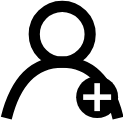
aKuad/SeatLottery keeps this draw.io diagram as src/icons/priority.drawio.svg. Above is the earlier version. Source tidied: cells renumbered, new cells last; positions are measured from the earlier drawing's top-left corner, leaving out a move shared by most shapes. Its diagram source:
```xml
<mxGraphModel>
  <root>
    <mxCell id="0" />
    <mxCell id="1" parent="0" />
    <mxCell id="2" style="curved=1;endArrow=none;html=1;endFill=0;strokeWidth=8;" parent="1" edge="1">
      <mxGeometry relative="1" as="geometry">
        <mxPoint y="80" as="sourcePoint" />
        <mxPoint x="80" y="80" as="targetPoint" />
        <Array as="points">
          <mxPoint x="10" y="40" />
          <mxPoint x="70" y="40" />
        </Array>
      </mxGeometry>
    </mxCell>
    <mxCell id="3" style="ellipse;whiteSpace=wrap;html=1;fillColor=none;strokeWidth=8;" parent="1" vertex="1">
      <mxGeometry x="20" width="40" height="40" as="geometry" />
    </mxCell>
    <mxCell id="4" style="ellipse;whiteSpace=wrap;html=1;fillColor=#000000;strokeColor=none;" parent="1" vertex="1">
      <mxGeometry x="50" y="50" width="30" height="30" as="geometry" />
    </mxCell>
    <mxCell id="5" style="endArrow=none;html=1;strokeWidth=4;targetPerimeterSpacing=0;sourcePerimeterSpacing=0;jumpStyle=none;shadow=0;flowAnimation=0;strokeColor=light-dark(#FFFFFF,#EDEDED);" parent="1" edge="1">
      <mxGeometry relative="1" as="geometry">
        <mxPoint x="55" y="65" as="sourcePoint" />
        <mxPoint x="75" y="65" as="targetPoint" />
      </mxGeometry>
    </mxCell>
    <mxCell id="6" style="endArrow=none;html=1;strokeWidth=4;targetPerimeterSpacing=0;sourcePerimeterSpacing=0;jumpStyle=none;shadow=0;flowAnimation=0;strokeColor=light-dark(#FFFFFF,#EDEDED);" parent="1" edge="1">
      <mxGeometry relative="1" as="geometry">
        <mxPoint x="65" y="55" as="sourcePoint" />
        <mxPoint x="65" y="75" as="targetPoint" />
      </mxGeometry>
    </mxCell>
  </root>
</mxGraphModel>
```
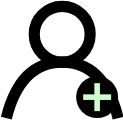
After the commit.

Diff of the diagram source:
```diff
@@ -18,13 +18,13 @@
     <mxCell id="4" style="ellipse;whiteSpace=wrap;html=1;fillColor=#000000;strokeColor=none;" parent="1" vertex="1">
       <mxGeometry x="50" y="50" width="30" height="30" as="geometry" />
     </mxCell>
-    <mxCell id="5" style="endArrow=none;html=1;strokeWidth=4;targetPerimeterSpacing=0;sourcePerimeterSpacing=0;jumpStyle=none;shadow=0;flowAnimation=0;strokeColor=light-dark(#FFFFFF,#EDEDED);" parent="1" edge="1">
+    <mxCell id="5" style="endArrow=none;html=1;strokeWidth=4;targetPerimeterSpacing=0;sourcePerimeterSpacing=0;jumpStyle=none;shadow=0;flowAnimation=0;strokeColor=light-dark(#CCFFCC,#EDEDED);" parent="1" edge="1">
       <mxGeometry relative="1" as="geometry">
         <mxPoint x="55" y="65" as="sourcePoint" />
         <mxPoint x="75" y="65" as="targetPoint" />
       </mxGeometry>
     </mxCell>
-    <mxCell id="6" style="endArrow=none;html=1;strokeWidth=4;targetPerimeterSpacing=0;sourcePerimeterSpacing=0;jumpStyle=none;shadow=0;flowAnimation=0;strokeColor=light-dark(#FFFFFF,#EDEDED);" parent="1" edge="1">
+    <mxCell id="6" style="endArrow=none;html=1;strokeWidth=4;targetPerimeterSpacing=0;sourcePerimeterSpacing=0;jumpStyle=none;shadow=0;flowAnimation=0;strokeColor=light-dark(#CCFFCC,#EDEDED);" parent="1" edge="1">
       <mxGeometry relative="1" as="geometry">
         <mxPoint x="65" y="55" as="sourcePoint" />
         <mxPoint x="65" y="75" as="targetPoint" />
```
